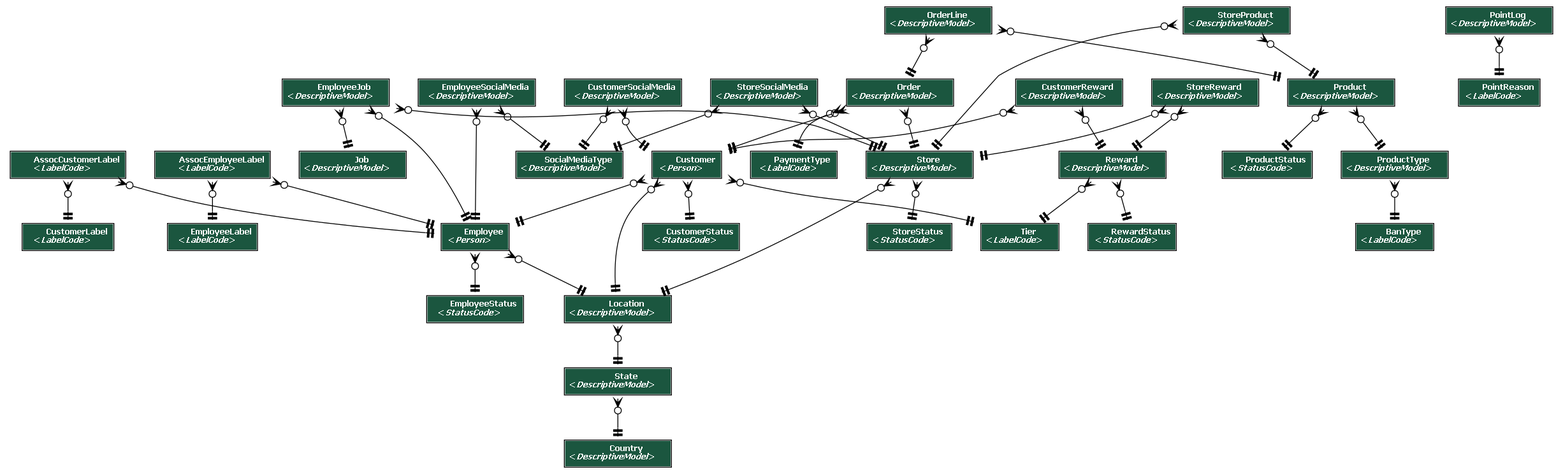
rebeccahut/TechspireProject keeps this Graphviz diagram as TechspireSite/TechspireSite/GeneratedFiles/ERD1.png. Above is the earlier version. Its source is kept beside it as TechspireSite/TechspireSite/GeneratedFiles/ERD1.dot. The source it was exported from:
```dot
digraph model_graph {


  fontname = "Roboto"
  fontsize = 8
  splines  = true

  node [
    fontname = "Roboto"
    fontsize = 8
    shape = "plaintext"
  ]

  edge [
    fontname = "Roboto"
    fontsize = 8
  ]



  Bakery_models_CustomerLabel [label=<
    <TABLE BGCOLOR="white" BORDER="1" CELLBORDER="0" CELLSPACING="0">
    <TR><TD COLSPAN="2" CELLPADDING="5" ALIGN="CENTER" BGCOLOR="#1b563f">
    <FONT FACE="Roboto" COLOR="white" POINT-SIZE="10"><B>
    CustomerLabel<BR/>&lt;<FONT FACE="Roboto"><I>LabelCode</I></FONT>&gt;
    </B></FONT></TD></TR>

    </TABLE>
    >]

  Bakery_models_EmployeeLabel [label=<
    <TABLE BGCOLOR="white" BORDER="1" CELLBORDER="0" CELLSPACING="0">
    <TR><TD COLSPAN="2" CELLPADDING="5" ALIGN="CENTER" BGCOLOR="#1b563f">
    <FONT FACE="Roboto" COLOR="white" POINT-SIZE="10"><B>
    EmployeeLabel<BR/>&lt;<FONT FACE="Roboto"><I>LabelCode</I></FONT>&gt;
    </B></FONT></TD></TR>

    </TABLE>
    >]

  Bakery_models_EmployeeStatus [label=<
    <TABLE BGCOLOR="white" BORDER="1" CELLBORDER="0" CELLSPACING="0">
    <TR><TD COLSPAN="2" CELLPADDING="5" ALIGN="CENTER" BGCOLOR="#1b563f">
    <FONT FACE="Roboto" COLOR="white" POINT-SIZE="10"><B>
    EmployeeStatus<BR/>&lt;<FONT FACE="Roboto"><I>StatusCode</I></FONT>&gt;
    </B></FONT></TD></TR>

    </TABLE>
    >]

  Bakery_models_CustomerStatus [label=<
    <TABLE BGCOLOR="white" BORDER="1" CELLBORDER="0" CELLSPACING="0">
    <TR><TD COLSPAN="2" CELLPADDING="5" ALIGN="CENTER" BGCOLOR="#1b563f">
    <FONT FACE="Roboto" COLOR="white" POINT-SIZE="10"><B>
    CustomerStatus<BR/>&lt;<FONT FACE="Roboto"><I>StatusCode</I></FONT>&gt;
    </B></FONT></TD></TR>

    </TABLE>
    >]

  Bakery_models_ProductStatus [label=<
    <TABLE BGCOLOR="white" BORDER="1" CELLBORDER="0" CELLSPACING="0">
    <TR><TD COLSPAN="2" CELLPADDING="5" ALIGN="CENTER" BGCOLOR="#1b563f">
    <FONT FACE="Roboto" COLOR="white" POINT-SIZE="10"><B>
    ProductStatus<BR/>&lt;<FONT FACE="Roboto"><I>StatusCode</I></FONT>&gt;
    </B></FONT></TD></TR>

    </TABLE>
    >]

  Bakery_models_StoreStatus [label=<
    <TABLE BGCOLOR="white" BORDER="1" CELLBORDER="0" CELLSPACING="0">
    <TR><TD COLSPAN="2" CELLPADDING="5" ALIGN="CENTER" BGCOLOR="#1b563f">
    <FONT FACE="Roboto" COLOR="white" POINT-SIZE="10"><B>
    StoreStatus<BR/>&lt;<FONT FACE="Roboto"><I>StatusCode</I></FONT>&gt;
    </B></FONT></TD></TR>

    </TABLE>
    >]

  Bakery_models_RewardStatus [label=<
    <TABLE BGCOLOR="white" BORDER="1" CELLBORDER="0" CELLSPACING="0">
    <TR><TD COLSPAN="2" CELLPADDING="5" ALIGN="CENTER" BGCOLOR="#1b563f">
    <FONT FACE="Roboto" COLOR="white" POINT-SIZE="10"><B>
    RewardStatus<BR/>&lt;<FONT FACE="Roboto"><I>StatusCode</I></FONT>&gt;
    </B></FONT></TD></TR>

    </TABLE>
    >]

  Bakery_models_BanType [label=<
    <TABLE BGCOLOR="white" BORDER="1" CELLBORDER="0" CELLSPACING="0">
    <TR><TD COLSPAN="2" CELLPADDING="5" ALIGN="CENTER" BGCOLOR="#1b563f">
    <FONT FACE="Roboto" COLOR="white" POINT-SIZE="10"><B>
    BanType<BR/>&lt;<FONT FACE="Roboto"><I>LabelCode</I></FONT>&gt;
    </B></FONT></TD></TR>

    </TABLE>
    >]

  Bakery_models_PointReason [label=<
    <TABLE BGCOLOR="white" BORDER="1" CELLBORDER="0" CELLSPACING="0">
    <TR><TD COLSPAN="2" CELLPADDING="5" ALIGN="CENTER" BGCOLOR="#1b563f">
    <FONT FACE="Roboto" COLOR="white" POINT-SIZE="10"><B>
    PointReason<BR/>&lt;<FONT FACE="Roboto"><I>LabelCode</I></FONT>&gt;
    </B></FONT></TD></TR>

    </TABLE>
    >]

  Bakery_models_Country [label=<
    <TABLE BGCOLOR="white" BORDER="1" CELLBORDER="0" CELLSPACING="0">
    <TR><TD COLSPAN="2" CELLPADDING="5" ALIGN="CENTER" BGCOLOR="#1b563f">
    <FONT FACE="Roboto" COLOR="white" POINT-SIZE="10"><B>
    Country<BR/>&lt;<FONT FACE="Roboto"><I>DescriptiveModel</I></FONT>&gt;
    </B></FONT></TD></TR>

    </TABLE>
    >]

  Bakery_models_State [label=<
    <TABLE BGCOLOR="white" BORDER="1" CELLBORDER="0" CELLSPACING="0">
    <TR><TD COLSPAN="2" CELLPADDING="5" ALIGN="CENTER" BGCOLOR="#1b563f">
    <FONT FACE="Roboto" COLOR="white" POINT-SIZE="10"><B>
    State<BR/>&lt;<FONT FACE="Roboto"><I>DescriptiveModel</I></FONT>&gt;
    </B></FONT></TD></TR>

    </TABLE>
    >]

  Bakery_models_Location [label=<
    <TABLE BGCOLOR="white" BORDER="1" CELLBORDER="0" CELLSPACING="0">
    <TR><TD COLSPAN="2" CELLPADDING="5" ALIGN="CENTER" BGCOLOR="#1b563f">
    <FONT FACE="Roboto" COLOR="white" POINT-SIZE="10"><B>
    Location<BR/>&lt;<FONT FACE="Roboto"><I>DescriptiveModel</I></FONT>&gt;
    </B></FONT></TD></TR>

    </TABLE>
    >]

  Bakery_models_Tier [label=<
    <TABLE BGCOLOR="white" BORDER="1" CELLBORDER="0" CELLSPACING="0">
    <TR><TD COLSPAN="2" CELLPADDING="5" ALIGN="CENTER" BGCOLOR="#1b563f">
    <FONT FACE="Roboto" COLOR="white" POINT-SIZE="10"><B>
    Tier<BR/>&lt;<FONT FACE="Roboto"><I>LabelCode</I></FONT>&gt;
    </B></FONT></TD></TR>

    </TABLE>
    >]

  Bakery_models_Employee [label=<
    <TABLE BGCOLOR="white" BORDER="1" CELLBORDER="0" CELLSPACING="0">
    <TR><TD COLSPAN="2" CELLPADDING="5" ALIGN="CENTER" BGCOLOR="#1b563f">
    <FONT FACE="Roboto" COLOR="white" POINT-SIZE="10"><B>
    Employee<BR/>&lt;<FONT FACE="Roboto"><I>Person</I></FONT>&gt;
    </B></FONT></TD></TR>

    </TABLE>
    >]

  Bakery_models_Customer [label=<
    <TABLE BGCOLOR="white" BORDER="1" CELLBORDER="0" CELLSPACING="0">
    <TR><TD COLSPAN="2" CELLPADDING="5" ALIGN="CENTER" BGCOLOR="#1b563f">
    <FONT FACE="Roboto" COLOR="white" POINT-SIZE="10"><B>
    Customer<BR/>&lt;<FONT FACE="Roboto"><I>Person</I></FONT>&gt;
    </B></FONT></TD></TR>

    </TABLE>
    >]

  Bakery_models_Job [label=<
    <TABLE BGCOLOR="white" BORDER="1" CELLBORDER="0" CELLSPACING="0">
    <TR><TD COLSPAN="2" CELLPADDING="5" ALIGN="CENTER" BGCOLOR="#1b563f">
    <FONT FACE="Roboto" COLOR="white" POINT-SIZE="10"><B>
    Job<BR/>&lt;<FONT FACE="Roboto"><I>DescriptiveModel</I></FONT>&gt;
    </B></FONT></TD></TR>

    </TABLE>
    >]

  Bakery_models_AssocEmployeeLabel [label=<
    <TABLE BGCOLOR="white" BORDER="1" CELLBORDER="0" CELLSPACING="0">
    <TR><TD COLSPAN="2" CELLPADDING="5" ALIGN="CENTER" BGCOLOR="#1b563f">
    <FONT FACE="Roboto" COLOR="white" POINT-SIZE="10"><B>
    AssocEmployeeLabel<BR/>&lt;<FONT FACE="Roboto"><I>LabelCode</I></FONT>&gt;
    </B></FONT></TD></TR>

    </TABLE>
    >]

  Bakery_models_AssocCustomerLabel [label=<
    <TABLE BGCOLOR="white" BORDER="1" CELLBORDER="0" CELLSPACING="0">
    <TR><TD COLSPAN="2" CELLPADDING="5" ALIGN="CENTER" BGCOLOR="#1b563f">
    <FONT FACE="Roboto" COLOR="white" POINT-SIZE="10"><B>
    AssocCustomerLabel<BR/>&lt;<FONT FACE="Roboto"><I>LabelCode</I></FONT>&gt;
    </B></FONT></TD></TR>

    </TABLE>
    >]

  Bakery_models_PaymentType [label=<
    <TABLE BGCOLOR="white" BORDER="1" CELLBORDER="0" CELLSPACING="0">
    <TR><TD COLSPAN="2" CELLPADDING="5" ALIGN="CENTER" BGCOLOR="#1b563f">
    <FONT FACE="Roboto" COLOR="white" POINT-SIZE="10"><B>
    PaymentType<BR/>&lt;<FONT FACE="Roboto"><I>LabelCode</I></FONT>&gt;
    </B></FONT></TD></TR>

    </TABLE>
    >]

  Bakery_models_Store [label=<
    <TABLE BGCOLOR="white" BORDER="1" CELLBORDER="0" CELLSPACING="0">
    <TR><TD COLSPAN="2" CELLPADDING="5" ALIGN="CENTER" BGCOLOR="#1b563f">
    <FONT FACE="Roboto" COLOR="white" POINT-SIZE="10"><B>
    Store<BR/>&lt;<FONT FACE="Roboto"><I>DescriptiveModel</I></FONT>&gt;
    </B></FONT></TD></TR>

    </TABLE>
    >]

  Bakery_models_EmployeeJob [label=<
    <TABLE BGCOLOR="white" BORDER="1" CELLBORDER="0" CELLSPACING="0">
    <TR><TD COLSPAN="2" CELLPADDING="5" ALIGN="CENTER" BGCOLOR="#1b563f">
    <FONT FACE="Roboto" COLOR="white" POINT-SIZE="10"><B>
    EmployeeJob<BR/>&lt;<FONT FACE="Roboto"><I>DescriptiveModel</I></FONT>&gt;
    </B></FONT></TD></TR>

    </TABLE>
    >]

  Bakery_models_Order [label=<
    <TABLE BGCOLOR="white" BORDER="1" CELLBORDER="0" CELLSPACING="0">
    <TR><TD COLSPAN="2" CELLPADDING="5" ALIGN="CENTER" BGCOLOR="#1b563f">
    <FONT FACE="Roboto" COLOR="white" POINT-SIZE="10"><B>
    Order<BR/>&lt;<FONT FACE="Roboto"><I>DescriptiveModel</I></FONT>&gt;
    </B></FONT></TD></TR>

    </TABLE>
    >]

  Bakery_models_ProductType [label=<
    <TABLE BGCOLOR="white" BORDER="1" CELLBORDER="0" CELLSPACING="0">
    <TR><TD COLSPAN="2" CELLPADDING="5" ALIGN="CENTER" BGCOLOR="#1b563f">
    <FONT FACE="Roboto" COLOR="white" POINT-SIZE="10"><B>
    ProductType<BR/>&lt;<FONT FACE="Roboto"><I>DescriptiveModel</I></FONT>&gt;
    </B></FONT></TD></TR>

    </TABLE>
    >]

  Bakery_models_Product [label=<
    <TABLE BGCOLOR="white" BORDER="1" CELLBORDER="0" CELLSPACING="0">
    <TR><TD COLSPAN="2" CELLPADDING="5" ALIGN="CENTER" BGCOLOR="#1b563f">
    <FONT FACE="Roboto" COLOR="white" POINT-SIZE="10"><B>
    Product<BR/>&lt;<FONT FACE="Roboto"><I>DescriptiveModel</I></FONT>&gt;
    </B></FONT></TD></TR>

    </TABLE>
    >]

  Bakery_models_OrderLine [label=<
    <TABLE BGCOLOR="white" BORDER="1" CELLBORDER="0" CELLSPACING="0">
    <TR><TD COLSPAN="2" CELLPADDING="5" ALIGN="CENTER" BGCOLOR="#1b563f">
    <FONT FACE="Roboto" COLOR="white" POINT-SIZE="10"><B>
    OrderLine<BR/>&lt;<FONT FACE="Roboto"><I>DescriptiveModel</I></FONT>&gt;
    </B></FONT></TD></TR>

    </TABLE>
    >]

  Bakery_models_Reward [label=<
    <TABLE BGCOLOR="white" BORDER="1" CELLBORDER="0" CELLSPACING="0">
    <TR><TD COLSPAN="2" CELLPADDING="5" ALIGN="CENTER" BGCOLOR="#1b563f">
    <FONT FACE="Roboto" COLOR="white" POINT-SIZE="10"><B>
    Reward<BR/>&lt;<FONT FACE="Roboto"><I>DescriptiveModel</I></FONT>&gt;
    </B></FONT></TD></TR>

    </TABLE>
    >]

  Bakery_models_SocialMediaType [label=<
    <TABLE BGCOLOR="white" BORDER="1" CELLBORDER="0" CELLSPACING="0">
    <TR><TD COLSPAN="2" CELLPADDING="5" ALIGN="CENTER" BGCOLOR="#1b563f">
    <FONT FACE="Roboto" COLOR="white" POINT-SIZE="10"><B>
    SocialMediaType<BR/>&lt;<FONT FACE="Roboto"><I>DescriptiveModel</I></FONT>&gt;
    </B></FONT></TD></TR>

    </TABLE>
    >]

  Bakery_models_StoreSocialMedia [label=<
    <TABLE BGCOLOR="white" BORDER="1" CELLBORDER="0" CELLSPACING="0">
    <TR><TD COLSPAN="2" CELLPADDING="5" ALIGN="CENTER" BGCOLOR="#1b563f">
    <FONT FACE="Roboto" COLOR="white" POINT-SIZE="10"><B>
    StoreSocialMedia<BR/>&lt;<FONT FACE="Roboto"><I>DescriptiveModel</I></FONT>&gt;
    </B></FONT></TD></TR>

    </TABLE>
    >]

  Bakery_models_EmployeeSocialMedia [label=<
    <TABLE BGCOLOR="white" BORDER="1" CELLBORDER="0" CELLSPACING="0">
    <TR><TD COLSPAN="2" CELLPADDING="5" ALIGN="CENTER" BGCOLOR="#1b563f">
    <FONT FACE="Roboto" COLOR="white" POINT-SIZE="10"><B>
    EmployeeSocialMedia<BR/>&lt;<FONT FACE="Roboto"><I>DescriptiveModel</I></FONT>&gt;
    </B></FONT></TD></TR>

    </TABLE>
    >]

  Bakery_models_CustomerSocialMedia [label=<
    <TABLE BGCOLOR="white" BORDER="1" CELLBORDER="0" CELLSPACING="0">
    <TR><TD COLSPAN="2" CELLPADDING="5" ALIGN="CENTER" BGCOLOR="#1b563f">
    <FONT FACE="Roboto" COLOR="white" POINT-SIZE="10"><B>
    CustomerSocialMedia<BR/>&lt;<FONT FACE="Roboto"><I>DescriptiveModel</I></FONT>&gt;
    </B></FONT></TD></TR>

    </TABLE>
    >]

  Bakery_models_StoreProduct [label=<
    <TABLE BGCOLOR="white" BORDER="1" CELLBORDER="0" CELLSPACING="0">
    <TR><TD COLSPAN="2" CELLPADDING="5" ALIGN="CENTER" BGCOLOR="#1b563f">
    <FONT FACE="Roboto" COLOR="white" POINT-SIZE="10"><B>
    StoreProduct<BR/>&lt;<FONT FACE="Roboto"><I>DescriptiveModel</I></FONT>&gt;
    </B></FONT></TD></TR>

    </TABLE>
    >]

  Bakery_models_StoreReward [label=<
    <TABLE BGCOLOR="white" BORDER="1" CELLBORDER="0" CELLSPACING="0">
    <TR><TD COLSPAN="2" CELLPADDING="5" ALIGN="CENTER" BGCOLOR="#1b563f">
    <FONT FACE="Roboto" COLOR="white" POINT-SIZE="10"><B>
    StoreReward<BR/>&lt;<FONT FACE="Roboto"><I>DescriptiveModel</I></FONT>&gt;
    </B></FONT></TD></TR>

    </TABLE>
    >]

  Bakery_models_PointLog [label=<
    <TABLE BGCOLOR="white" BORDER="1" CELLBORDER="0" CELLSPACING="0">
    <TR><TD COLSPAN="2" CELLPADDING="5" ALIGN="CENTER" BGCOLOR="#1b563f">
    <FONT FACE="Roboto" COLOR="white" POINT-SIZE="10"><B>
    PointLog<BR/>&lt;<FONT FACE="Roboto"><I>DescriptiveModel</I></FONT>&gt;
    </B></FONT></TD></TR>

    </TABLE>
    >]

  Bakery_models_CustomerReward [label=<
    <TABLE BGCOLOR="white" BORDER="1" CELLBORDER="0" CELLSPACING="0">
    <TR><TD COLSPAN="2" CELLPADDING="5" ALIGN="CENTER" BGCOLOR="#1b563f">
    <FONT FACE="Roboto" COLOR="white" POINT-SIZE="10"><B>
    CustomerReward<BR/>&lt;<FONT FACE="Roboto"><I>DescriptiveModel</I></FONT>&gt;
    </B></FONT></TD></TR>

    </TABLE>
    >]





  Bakery_models_State -> Bakery_models_Country
  [label=" "] [arrowhead=none, arrowtail=none, dir=both];

  Bakery_models_Location -> Bakery_models_State
  [label=" "] [arrowhead=none, arrowtail=none, dir=both];

  Bakery_models_Employee -> Bakery_models_Location
  [label=" "] [arrowhead=none, arrowtail=none, dir=both];

  Bakery_models_Employee -> Bakery_models_EmployeeStatus
  [label=" "] [arrowhead=none, arrowtail=none, dir=both];

  Bakery_models_Customer -> Bakery_models_Location
  [label=" "] [arrowhead=none, arrowtail=none, dir=both];

  Bakery_models_Customer -> Bakery_models_Employee
  [label=" "] [arrowhead=none, arrowtail=none, dir=both];

  Bakery_models_Customer -> Bakery_models_CustomerStatus
  [label=" "] [arrowhead=none, arrowtail=none, dir=both];

  Bakery_models_Customer -> Bakery_models_Tier
  [label=" "] [arrowhead=none, arrowtail=none, dir=both];

  Bakery_models_AssocEmployeeLabel -> Bakery_models_Employee
  [label=" "] [arrowhead=none, arrowtail=none, dir=both];

  Bakery_models_AssocEmployeeLabel -> Bakery_models_EmployeeLabel
  [label=" "] [arrowhead=none, arrowtail=none, dir=both];

  Bakery_models_AssocCustomerLabel -> Bakery_models_Employee
  [label=" "] [arrowhead=none, arrowtail=none, dir=both];

  Bakery_models_AssocCustomerLabel -> Bakery_models_CustomerLabel
  [label=" "] [arrowhead=none, arrowtail=none, dir=both];

  Bakery_models_Store -> Bakery_models_Location
  [label=" "] [arrowhead=none, arrowtail=none, dir=both];

  Bakery_models_Store -> Bakery_models_StoreStatus
  [label=" "] [arrowhead=none, arrowtail=none, dir=both];

  Bakery_models_EmployeeJob -> Bakery_models_Employee
  [label=" "] [arrowhead=none, arrowtail=none, dir=both];

  Bakery_models_EmployeeJob -> Bakery_models_Store
  [label=" "] [arrowhead=none, arrowtail=none, dir=both];

  Bakery_models_EmployeeJob -> Bakery_models_Job
  [label=" "] [arrowhead=none, arrowtail=none, dir=both];

  Bakery_models_Order -> Bakery_models_Customer
  [label=" "] [arrowhead=none, arrowtail=none, dir=both];

  Bakery_models_Order -> Bakery_models_PaymentType
  [label=" "] [arrowhead=none, arrowtail=none, dir=both];

  Bakery_models_Order -> Bakery_models_Store
  [label=" "] [arrowhead=none, arrowtail=none, dir=both];

  Bakery_models_ProductType -> Bakery_models_BanType
  [label=" "] [arrowhead=none, arrowtail=none, dir=both];

  Bakery_models_Product -> Bakery_models_ProductType
  [label=" "] [arrowhead=none, arrowtail=none, dir=both];

  Bakery_models_Product -> Bakery_models_ProductStatus
  [label=" "] [arrowhead=none, arrowtail=none, dir=both];

  Bakery_models_OrderLine -> Bakery_models_Product
  [label=" "] [arrowhead=none, arrowtail=none, dir=both];

  Bakery_models_OrderLine -> Bakery_models_Order
  [label=" "] [arrowhead=none, arrowtail=none, dir=both];

  Bakery_models_Reward -> Bakery_models_RewardStatus
  [label=" "] [arrowhead=none, arrowtail=none, dir=both];

  Bakery_models_Reward -> Bakery_models_Tier
  [label=" "] [arrowhead=none, arrowtail=none, dir=both];

  Bakery_models_StoreSocialMedia -> Bakery_models_Store
  [label=" "] [arrowhead=none, arrowtail=none, dir=both];

  Bakery_models_StoreSocialMedia -> Bakery_models_SocialMediaType
  [label=" "] [arrowhead=none, arrowtail=none, dir=both];

  Bakery_models_EmployeeSocialMedia -> Bakery_models_Employee
  [label=" "] [arrowhead=none, arrowtail=none, dir=both];

  Bakery_models_EmployeeSocialMedia -> Bakery_models_SocialMediaType
  [label=" "] [arrowhead=none, arrowtail=none, dir=both];

  Bakery_models_CustomerSocialMedia -> Bakery_models_SocialMediaType
  [label=" "] [arrowhead=none, arrowtail=none, dir=both];

  Bakery_models_CustomerSocialMedia -> Bakery_models_Customer
  [label=" "] [arrowhead=none, arrowtail=none, dir=both];

  Bakery_models_StoreProduct -> Bakery_models_Product
  [label=" "] [arrowhead=none, arrowtail=none, dir=both];

  Bakery_models_StoreProduct -> Bakery_models_Store
  [label=" "] [arrowhead=none, arrowtail=none, dir=both];

  Bakery_models_StoreReward -> Bakery_models_Reward
  [label=" "] [arrowhead=none, arrowtail=none, dir=both];

  Bakery_models_StoreReward -> Bakery_models_Store
  [label=" "] [arrowhead=none, arrowtail=none, dir=both];

  Bakery_models_PointLog -> Bakery_models_PointReason
  [label=" "] [arrowhead=none, arrowtail=none, dir=both];

  Bakery_models_CustomerReward -> Bakery_models_Customer
  [label=" "] [arrowhead=none, arrowtail=none, dir=both];

  Bakery_models_CustomerReward -> Bakery_models_Reward
  [label=" "] [arrowhead=none, arrowtail=none, dir=both];


}
```
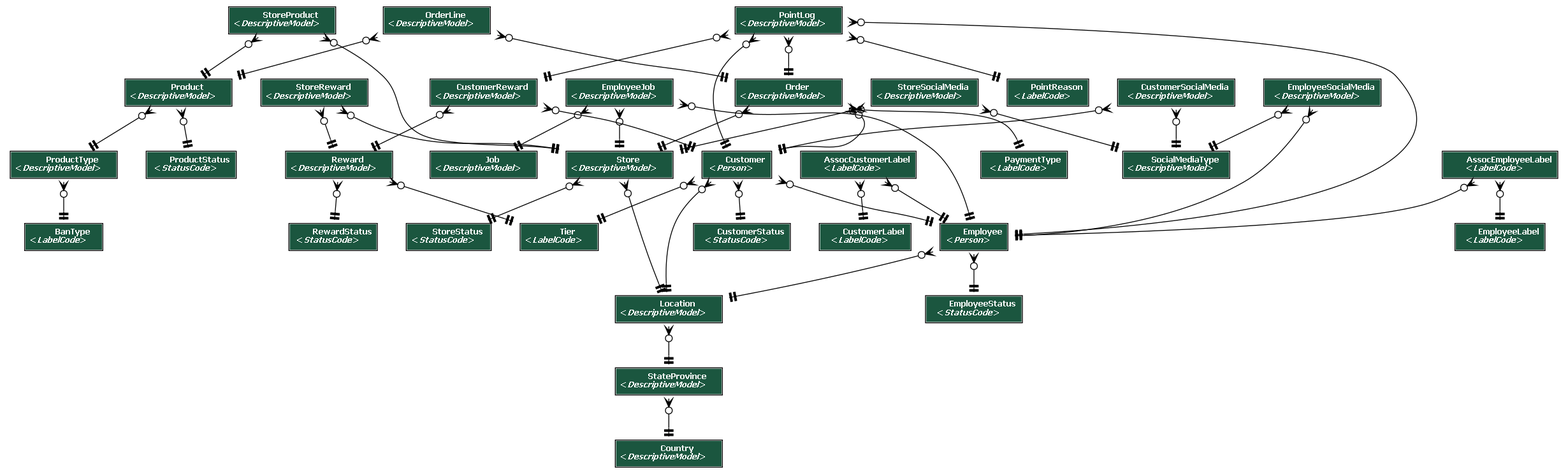
Later version of the same file.

What changed in the source:
```diff
@@ -118,11 +118,11 @@
     </TABLE>
     >]
 
-  Bakery_models_State [label=<
+  Bakery_models_StateProvince [label=<
     <TABLE BGCOLOR="white" BORDER="1" CELLBORDER="0" CELLSPACING="0">
     <TR><TD COLSPAN="2" CELLPADDING="5" ALIGN="CENTER" BGCOLOR="#1b563f">
     <FONT FACE="Roboto" COLOR="white" POINT-SIZE="10"><B>
-    State<BR/>&lt;<FONT FACE="Roboto"><I>DescriptiveModel</I></FONT>&gt;
+    StateProvince<BR/>&lt;<FONT FACE="Roboto"><I>DescriptiveModel</I></FONT>&gt;
     </B></FONT></TD></TR>
 
     </TABLE>
@@ -338,6 +338,16 @@
     </TABLE>
     >]
 
+  Bakery_models_CustomerReward [label=<
+    <TABLE BGCOLOR="white" BORDER="1" CELLBORDER="0" CELLSPACING="0">
+    <TR><TD COLSPAN="2" CELLPADDING="5" ALIGN="CENTER" BGCOLOR="#1b563f">
+    <FONT FACE="Roboto" COLOR="white" POINT-SIZE="10"><B>
+    CustomerReward<BR/>&lt;<FONT FACE="Roboto"><I>DescriptiveModel</I></FONT>&gt;
+    </B></FONT></TD></TR>
+
+    </TABLE>
+    >]
+
   Bakery_models_PointLog [label=<
     <TABLE BGCOLOR="white" BORDER="1" CELLBORDER="0" CELLSPACING="0">
     <TR><TD COLSPAN="2" CELLPADDING="5" ALIGN="CENTER" BGCOLOR="#1b563f">
@@ -348,33 +358,20 @@
     </TABLE>
     >]
 
-  Bakery_models_CustomerReward [label=<
-    <TABLE BGCOLOR="white" BORDER="1" CELLBORDER="0" CELLSPACING="0">
-    <TR><TD COLSPAN="2" CELLPADDING="5" ALIGN="CENTER" BGCOLOR="#1b563f">
-    <FONT FACE="Roboto" COLOR="white" POINT-SIZE="10"><B>
-    CustomerReward<BR/>&lt;<FONT FACE="Roboto"><I>DescriptiveModel</I></FONT>&gt;
-    </B></FONT></TD></TR>
-
-    </TABLE>
-    >]
 
 
 
 
-
-  Bakery_models_State -> Bakery_models_Country
+  Bakery_models_StateProvince -> Bakery_models_Country
   [label=" "] [arrowhead=none, arrowtail=none, dir=both];
 
-  Bakery_models_Location -> Bakery_models_State
+  Bakery_models_Location -> Bakery_models_StateProvince
   [label=" "] [arrowhead=none, arrowtail=none, dir=both];
 
   Bakery_models_Employee -> Bakery_models_Location
   [label=" "] [arrowhead=none, arrowtail=none, dir=both];
 
   Bakery_models_Employee -> Bakery_models_EmployeeStatus
-  [label=" "] [arrowhead=none, arrowtail=none, dir=both];
-
-  Bakery_models_Customer -> Bakery_models_Location
   [label=" "] [arrowhead=none, arrowtail=none, dir=both];
 
   Bakery_models_Customer -> Bakery_models_Employee
@@ -384,6 +381,9 @@
   [label=" "] [arrowhead=none, arrowtail=none, dir=both];
 
   Bakery_models_Customer -> Bakery_models_Tier
+  [label=" "] [arrowhead=none, arrowtail=none, dir=both];
+
+  Bakery_models_Customer -> Bakery_models_Location
   [label=" "] [arrowhead=none, arrowtail=none, dir=both];
 
   Bakery_models_AssocEmployeeLabel -> Bakery_models_Employee
@@ -473,14 +473,26 @@
   Bakery_models_StoreReward -> Bakery_models_Store
   [label=" "] [arrowhead=none, arrowtail=none, dir=both];
 
-  Bakery_models_PointLog -> Bakery_models_PointReason
-  [label=" "] [arrowhead=none, arrowtail=none, dir=both];
-
   Bakery_models_CustomerReward -> Bakery_models_Customer
   [label=" "] [arrowhead=none, arrowtail=none, dir=both];
 
   Bakery_models_CustomerReward -> Bakery_models_Reward
   [label=" "] [arrowhead=none, arrowtail=none, dir=both];
 
+  Bakery_models_PointLog -> Bakery_models_Employee
+  [label=" "] [arrowhead=none, arrowtail=none, dir=both];
+
+  Bakery_models_PointLog -> Bakery_models_Customer
+  [label=" "] [arrowhead=none, arrowtail=none, dir=both];
+
+  Bakery_models_PointLog -> Bakery_models_PointReason
+  [label=" "] [arrowhead=none, arrowtail=none, dir=both];
+
+  Bakery_models_PointLog -> Bakery_models_Order
+  [label=" "] [arrowhead=none, arrowtail=none, dir=both];
+
+  Bakery_models_PointLog -> Bakery_models_CustomerReward
+  [label=" "] [arrowhead=none, arrowtail=none, dir=both];
+
 
 }
```
